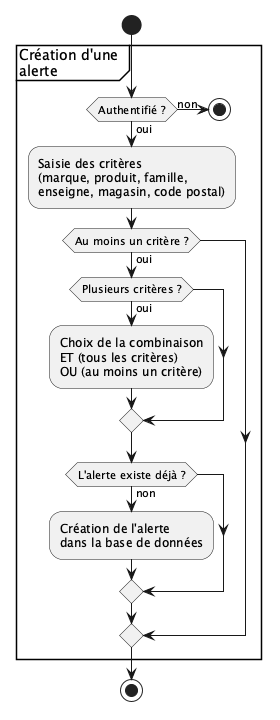
The PlantUML diagram doc/umldiagrams/workflows/alertecreation.png in lodygens/cadi, before a commit. The source it was exported from:
```plantuml
@startuml
start
partition "Création d'une \nalerte" {
if (Authentifié ?) then (oui)
    :Saisie des critères
    (marque, produit, famille,
    enseigne, magasin, code postal);
    if (Au moins un critère ?) then (oui)
        if (Plusieurs critères ?) then (oui)
            :Choix de la combinaison
            ET (tous les critères)
            OU (au moins un critère);
        endif
        if (L'alerte existe déjà ?) then (non)
            :Création de l'alerte
            dans la base de données;
        endif
    endif
else (non)
    stop
endif
}
stop
@enduml
```
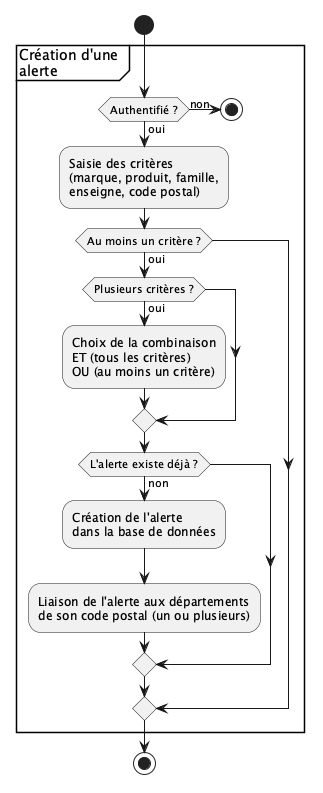
After the commit.

What changed in the source:
```diff
@@ -4,7 +4,7 @@
 if (Authentifié ?) then (oui)
     :Saisie des critères
     (marque, produit, famille,
-    enseigne, magasin, code postal);
+    enseigne, code postal);
     if (Au moins un critère ?) then (oui)
         if (Plusieurs critères ?) then (oui)
             :Choix de la combinaison
@@ -14,6 +14,8 @@
         if (L'alerte existe déjà ?) then (non)
             :Création de l'alerte
             dans la base de données;
+            :Liaison de l'alerte aux départements
+            de son code postal (un ou plusieurs);
         endif
     endif
 else (non)
```
